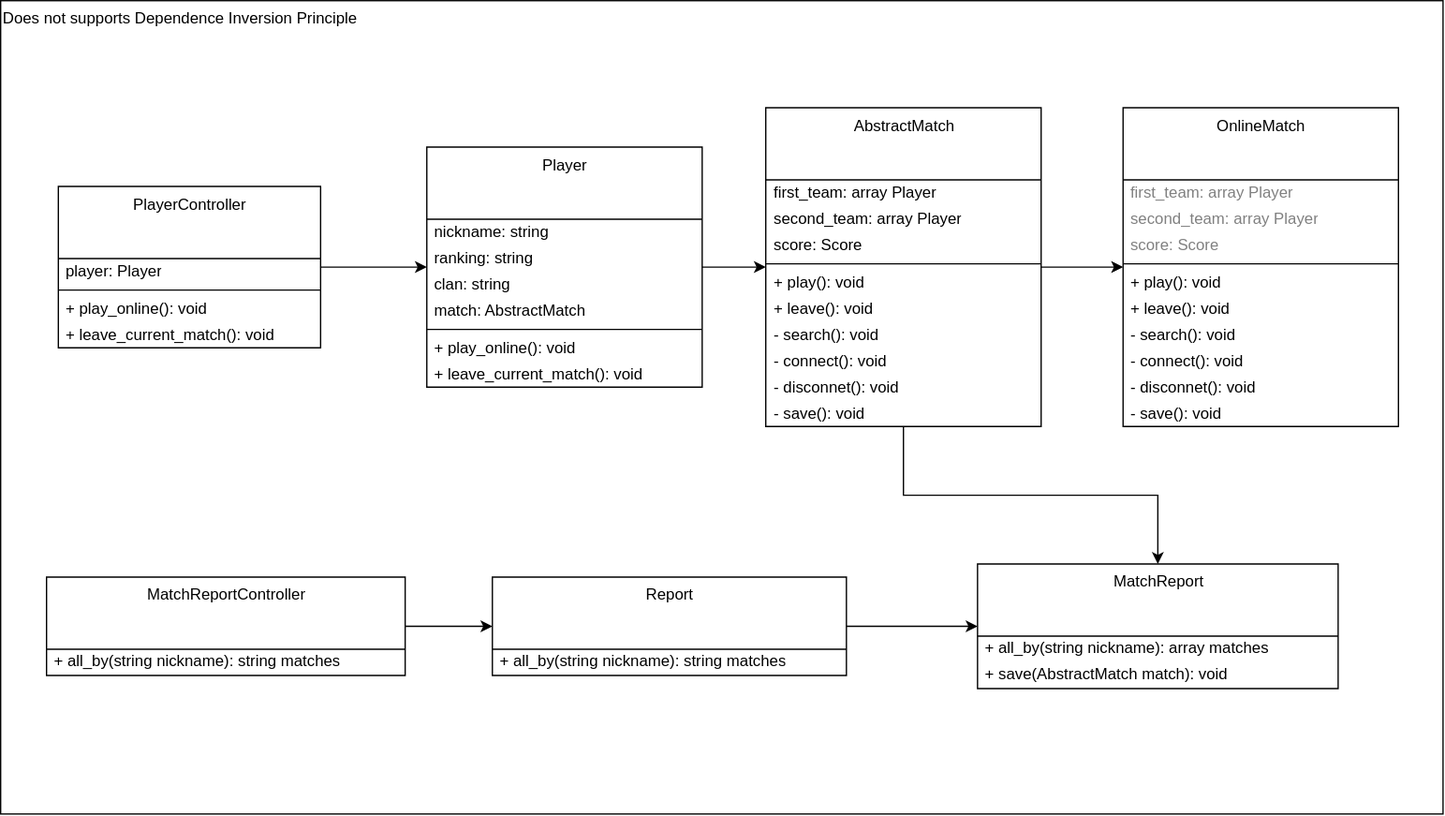
Above: images/clean-code-clean-classes/BROKEN-DIP.svg in GabrielSlima/blog (draw.io), before the change. Source tidied: cells renumbered, new cells last; positions are measured from the earlier drawing's top-left corner, leaving out a move shared by most shapes. Its diagram source:
```xml
<mxGraphModel>
  <root>
    <mxCell id="0" />
    <mxCell id="1" parent="0" />
    <mxCell id="2" value="Does not supports Dependence Inversion Principle" style="rounded=0;whiteSpace=wrap;html=1;fillColor=none;align=left;verticalAlign=top;" parent="1" vertex="1">
      <mxGeometry width="1100" height="620" as="geometry" />
    </mxCell>
    <mxCell id="3" value="MatchReport" style="swimlane;fontStyle=0;align=center;verticalAlign=top;horizontal=1;startSize=55;html=1;fillColor=none;" parent="1" vertex="1">
      <mxGeometry x="745" y="429.4" width="275" height="95" as="geometry" />
    </mxCell>
    <mxCell id="4" value="+ all_by(string nickname): array matches" style="text;html=1;strokeColor=none;fillColor=none;align=left;verticalAlign=middle;spacingLeft=4;spacingRight=4;overflow=hidden;" parent="3" vertex="1">
      <mxGeometry y="55" width="275" height="20" as="geometry" />
    </mxCell>
    <mxCell id="5" value="+ save(AbstractMatch match): void" style="text;html=1;strokeColor=none;fillColor=none;align=left;verticalAlign=middle;spacingLeft=4;spacingRight=4;overflow=hidden;" parent="3" vertex="1">
      <mxGeometry y="75" width="275" height="20" as="geometry" />
    </mxCell>
    <mxCell id="6" style="edgeStyle=orthogonalEdgeStyle;rounded=0;jettySize=auto;html=1;" parent="1" edge="1" source="7" target="34">
      <mxGeometry relative="1" as="geometry" />
    </mxCell>
    <mxCell id="7" value="&lt;div&gt;Player&lt;/div&gt;" style="swimlane;fontStyle=0;align=center;verticalAlign=top;horizontal=1;startSize=55;html=1;fillColor=none;" parent="1" vertex="1">
      <mxGeometry x="325" y="111.6" width="210" height="183" as="geometry" />
    </mxCell>
    <mxCell id="8" value="nickname: string" style="text;html=1;strokeColor=none;fillColor=none;align=left;verticalAlign=middle;spacingLeft=4;spacingRight=4;overflow=hidden;" parent="7" vertex="1">
      <mxGeometry y="55" width="210" height="20" as="geometry" />
    </mxCell>
    <mxCell id="9" value="&lt;div&gt;ranking: string&lt;br&gt;&lt;/div&gt;" style="text;html=1;strokeColor=none;fillColor=none;align=left;verticalAlign=middle;spacingLeft=4;spacingRight=4;overflow=hidden;" parent="7" vertex="1">
      <mxGeometry y="75" width="210" height="20" as="geometry" />
    </mxCell>
    <mxCell id="10" value="&lt;div&gt;clan: string&lt;br&gt;&lt;/div&gt;" style="text;html=1;strokeColor=none;fillColor=none;align=left;verticalAlign=middle;spacingLeft=4;spacingRight=4;overflow=hidden;" parent="7" vertex="1">
      <mxGeometry y="95" width="210" height="20" as="geometry" />
    </mxCell>
    <mxCell id="11" value="&lt;div&gt;match: AbstractMatch&lt;br&gt;&lt;/div&gt;" style="text;html=1;strokeColor=none;fillColor=none;align=left;verticalAlign=middle;spacingLeft=4;spacingRight=4;overflow=hidden;" parent="7" vertex="1">
      <mxGeometry y="115" width="210" height="20" as="geometry" />
    </mxCell>
    <mxCell id="12" style="line;strokeWidth=1;fillColor=none;align=left;verticalAlign=middle;spacingTop=-1;spacingLeft=3;spacingRight=3;labelPosition=right;" parent="7" vertex="1">
      <mxGeometry y="135" width="210" height="8" as="geometry" />
    </mxCell>
    <mxCell id="13" value="+ play_online(): void" style="text;html=1;strokeColor=none;fillColor=none;align=left;verticalAlign=middle;spacingLeft=4;spacingRight=4;overflow=hidden;" parent="7" vertex="1">
      <mxGeometry y="143" width="210" height="20" as="geometry" />
    </mxCell>
    <mxCell id="14" value="+ leave_current_match(): void" style="text;html=1;strokeColor=none;fillColor=none;align=left;verticalAlign=middle;spacingLeft=4;spacingRight=4;overflow=hidden;" parent="7" vertex="1">
      <mxGeometry y="163" width="210" height="20" as="geometry" />
    </mxCell>
    <mxCell id="15" style="edgeStyle=orthogonalEdgeStyle;rounded=0;jettySize=auto;html=1;" parent="1" edge="1" source="16" target="7">
      <mxGeometry relative="1" as="geometry" />
    </mxCell>
    <mxCell id="16" value="PlayerController" style="swimlane;fontStyle=0;align=center;verticalAlign=top;horizontal=1;startSize=55;html=1;fillColor=none;" parent="1" vertex="1">
      <mxGeometry x="44" y="141.6" width="200" height="123" as="geometry" />
    </mxCell>
    <mxCell id="17" value="&lt;div&gt;player: Player&lt;/div&gt;" style="text;html=1;strokeColor=none;fillColor=none;align=left;verticalAlign=middle;spacingLeft=4;spacingRight=4;overflow=hidden;" parent="16" vertex="1">
      <mxGeometry y="55" width="200" height="20" as="geometry" />
    </mxCell>
    <mxCell id="18" style="line;strokeWidth=1;fillColor=none;align=left;verticalAlign=middle;spacingTop=-1;spacingLeft=3;spacingRight=3;labelPosition=right;" parent="16" vertex="1">
      <mxGeometry y="75" width="200" height="8" as="geometry" />
    </mxCell>
    <mxCell id="19" value="+ play_online(): void" style="text;html=1;strokeColor=none;fillColor=none;align=left;verticalAlign=middle;spacingLeft=4;spacingRight=4;overflow=hidden;" parent="16" vertex="1">
      <mxGeometry y="83" width="200" height="20" as="geometry" />
    </mxCell>
    <mxCell id="20" value="+ leave_current_match(): void" style="text;html=1;strokeColor=none;fillColor=none;align=left;verticalAlign=middle;spacingLeft=4;spacingRight=4;overflow=hidden;" parent="16" vertex="1">
      <mxGeometry y="103" width="200" height="20" as="geometry" />
    </mxCell>
    <mxCell id="21" value="OnlineMatch" style="swimlane;fontStyle=0;align=center;verticalAlign=top;horizontal=1;startSize=55;html=1;fillColor=none;" parent="1" vertex="1">
      <mxGeometry x="856" y="81.6" width="210" height="243" as="geometry" />
    </mxCell>
    <mxCell id="22" value="first_team: array Player" style="text;html=1;strokeColor=none;fillColor=none;align=left;verticalAlign=middle;spacingLeft=4;spacingRight=4;overflow=hidden;fontColor=#808080;" parent="21" vertex="1">
      <mxGeometry y="55" width="210" height="20" as="geometry" />
    </mxCell>
    <mxCell id="23" value="second_team: array Player" style="text;html=1;strokeColor=none;fillColor=none;align=left;verticalAlign=middle;spacingLeft=4;spacingRight=4;overflow=hidden;fontColor=#808080;" parent="21" vertex="1">
      <mxGeometry y="75" width="210" height="20" as="geometry" />
    </mxCell>
    <mxCell id="24" value="score: Score" style="text;html=1;strokeColor=none;fillColor=none;align=left;verticalAlign=middle;spacingLeft=4;spacingRight=4;overflow=hidden;fontColor=#808080;" parent="21" vertex="1">
      <mxGeometry y="95" width="210" height="20" as="geometry" />
    </mxCell>
    <mxCell id="25" style="line;strokeWidth=1;fillColor=none;align=left;verticalAlign=middle;spacingTop=-1;spacingLeft=3;spacingRight=3;labelPosition=right;" parent="21" vertex="1">
      <mxGeometry y="115" width="210" height="8" as="geometry" />
    </mxCell>
    <mxCell id="26" value="+ play(): void" style="text;html=1;strokeColor=none;fillColor=none;align=left;verticalAlign=middle;spacingLeft=4;spacingRight=4;overflow=hidden;" parent="21" vertex="1">
      <mxGeometry y="123" width="210" height="20" as="geometry" />
    </mxCell>
    <mxCell id="27" value="+ leave(): void" style="text;html=1;strokeColor=none;fillColor=none;align=left;verticalAlign=middle;spacingLeft=4;spacingRight=4;overflow=hidden;" parent="21" vertex="1">
      <mxGeometry y="143" width="210" height="20" as="geometry" />
    </mxCell>
    <mxCell id="28" value="- search(): void" style="text;html=1;strokeColor=none;fillColor=none;align=left;verticalAlign=middle;spacingLeft=4;spacingRight=4;overflow=hidden;" parent="21" vertex="1">
      <mxGeometry y="163" width="210" height="20" as="geometry" />
    </mxCell>
    <mxCell id="29" value="- connect(): void" style="text;html=1;strokeColor=none;fillColor=none;align=left;verticalAlign=middle;spacingLeft=4;spacingRight=4;overflow=hidden;" parent="21" vertex="1">
      <mxGeometry y="183" width="210" height="20" as="geometry" />
    </mxCell>
    <mxCell id="30" value="- disconnet(): void" style="text;html=1;strokeColor=none;fillColor=none;align=left;verticalAlign=middle;spacingLeft=4;spacingRight=4;overflow=hidden;" parent="21" vertex="1">
      <mxGeometry y="203" width="210" height="20" as="geometry" />
    </mxCell>
    <mxCell id="31" value="- save(): void" style="text;html=1;strokeColor=none;fillColor=none;align=left;verticalAlign=middle;spacingLeft=4;spacingRight=4;overflow=hidden;" parent="21" vertex="1">
      <mxGeometry y="223" width="210" height="20" as="geometry" />
    </mxCell>
    <mxCell id="32" style="edgeStyle=orthogonalEdgeStyle;rounded=0;jettySize=auto;html=1;" parent="1" edge="1" source="34" target="21">
      <mxGeometry relative="1" as="geometry" />
    </mxCell>
    <mxCell id="33" style="edgeStyle=orthogonalEdgeStyle;rounded=0;jettySize=auto;html=1;fontColor=#808080;" parent="1" edge="1" source="34" target="3">
      <mxGeometry relative="1" as="geometry" />
    </mxCell>
    <mxCell id="34" value="AbstractMatch" style="swimlane;fontStyle=0;align=center;verticalAlign=top;horizontal=1;startSize=55;html=1;fillColor=none;" parent="1" vertex="1">
      <mxGeometry x="583.5" y="81.6" width="210" height="243" as="geometry" />
    </mxCell>
    <mxCell id="35" value="first_team: array Player" style="text;html=1;strokeColor=none;fillColor=none;align=left;verticalAlign=middle;spacingLeft=4;spacingRight=4;overflow=hidden;" parent="34" vertex="1">
      <mxGeometry y="55" width="210" height="20" as="geometry" />
    </mxCell>
    <mxCell id="36" value="second_team: array Player" style="text;html=1;strokeColor=none;fillColor=none;align=left;verticalAlign=middle;spacingLeft=4;spacingRight=4;overflow=hidden;" parent="34" vertex="1">
      <mxGeometry y="75" width="210" height="20" as="geometry" />
    </mxCell>
    <mxCell id="37" value="score: Score" style="text;html=1;strokeColor=none;fillColor=none;align=left;verticalAlign=middle;spacingLeft=4;spacingRight=4;overflow=hidden;" parent="34" vertex="1">
      <mxGeometry y="95" width="210" height="20" as="geometry" />
    </mxCell>
    <mxCell id="38" style="line;strokeWidth=1;fillColor=none;align=left;verticalAlign=middle;spacingTop=-1;spacingLeft=3;spacingRight=3;labelPosition=right;" parent="34" vertex="1">
      <mxGeometry y="115" width="210" height="8" as="geometry" />
    </mxCell>
    <mxCell id="39" value="+ play(): void" style="text;html=1;strokeColor=none;fillColor=none;align=left;verticalAlign=middle;spacingLeft=4;spacingRight=4;overflow=hidden;" parent="34" vertex="1">
      <mxGeometry y="123" width="210" height="20" as="geometry" />
    </mxCell>
    <mxCell id="40" value="+ leave(): void" style="text;html=1;strokeColor=none;fillColor=none;align=left;verticalAlign=middle;spacingLeft=4;spacingRight=4;overflow=hidden;" parent="34" vertex="1">
      <mxGeometry y="143" width="210" height="20" as="geometry" />
    </mxCell>
    <mxCell id="41" value="- search(): void" style="text;html=1;strokeColor=none;fillColor=none;align=left;verticalAlign=middle;spacingLeft=4;spacingRight=4;overflow=hidden;" parent="34" vertex="1">
      <mxGeometry y="163" width="210" height="20" as="geometry" />
    </mxCell>
    <mxCell id="42" value="- connect(): void" style="text;html=1;strokeColor=none;fillColor=none;align=left;verticalAlign=middle;spacingLeft=4;spacingRight=4;overflow=hidden;" parent="34" vertex="1">
      <mxGeometry y="183" width="210" height="20" as="geometry" />
    </mxCell>
    <mxCell id="43" value="- disconnet(): void" style="text;html=1;strokeColor=none;fillColor=none;align=left;verticalAlign=middle;spacingLeft=4;spacingRight=4;overflow=hidden;" parent="34" vertex="1">
      <mxGeometry y="203" width="210" height="20" as="geometry" />
    </mxCell>
    <mxCell id="44" value="- save(): void" style="text;html=1;strokeColor=none;fillColor=none;align=left;verticalAlign=middle;spacingLeft=4;spacingRight=4;overflow=hidden;" parent="34" vertex="1">
      <mxGeometry y="223" width="210" height="20" as="geometry" />
    </mxCell>
    <mxCell id="45" style="edgeStyle=orthogonalEdgeStyle;rounded=0;jettySize=auto;html=1;entryX=0;entryY=0.5;entryDx=0;entryDy=0;fontColor=#808080;" parent="1" edge="1" source="46" target="49">
      <mxGeometry relative="1" as="geometry" />
    </mxCell>
    <mxCell id="46" value="MatchReportController" style="swimlane;fontStyle=0;align=center;verticalAlign=top;horizontal=1;startSize=55;html=1;fillColor=none;" parent="1" vertex="1">
      <mxGeometry x="35" y="439.4" width="273.5" height="75" as="geometry" />
    </mxCell>
    <mxCell id="47" value="+ all_by(string nickname): string matches" style="text;html=1;strokeColor=none;fillColor=none;align=left;verticalAlign=middle;spacingLeft=4;spacingRight=4;overflow=hidden;" parent="46" vertex="1">
      <mxGeometry y="55" width="273.5" height="20" as="geometry" />
    </mxCell>
    <mxCell id="48" style="edgeStyle=orthogonalEdgeStyle;rounded=0;jettySize=auto;html=1;fontColor=#808080;" parent="1" edge="1" source="49" target="3">
      <mxGeometry relative="1" as="geometry" />
    </mxCell>
    <mxCell id="49" value="Report" style="swimlane;fontStyle=0;align=center;verticalAlign=top;horizontal=1;startSize=55;html=1;fillColor=none;" parent="1" vertex="1">
      <mxGeometry x="375" y="439.4" width="270" height="75" as="geometry" />
    </mxCell>
    <mxCell id="50" value="+ all_by(string nickname): string matches" style="text;html=1;strokeColor=none;fillColor=none;align=left;verticalAlign=middle;spacingLeft=4;spacingRight=4;overflow=hidden;" parent="49" vertex="1">
      <mxGeometry y="55" width="270" height="20" as="geometry" />
    </mxCell>
  </root>
</mxGraphModel>
```
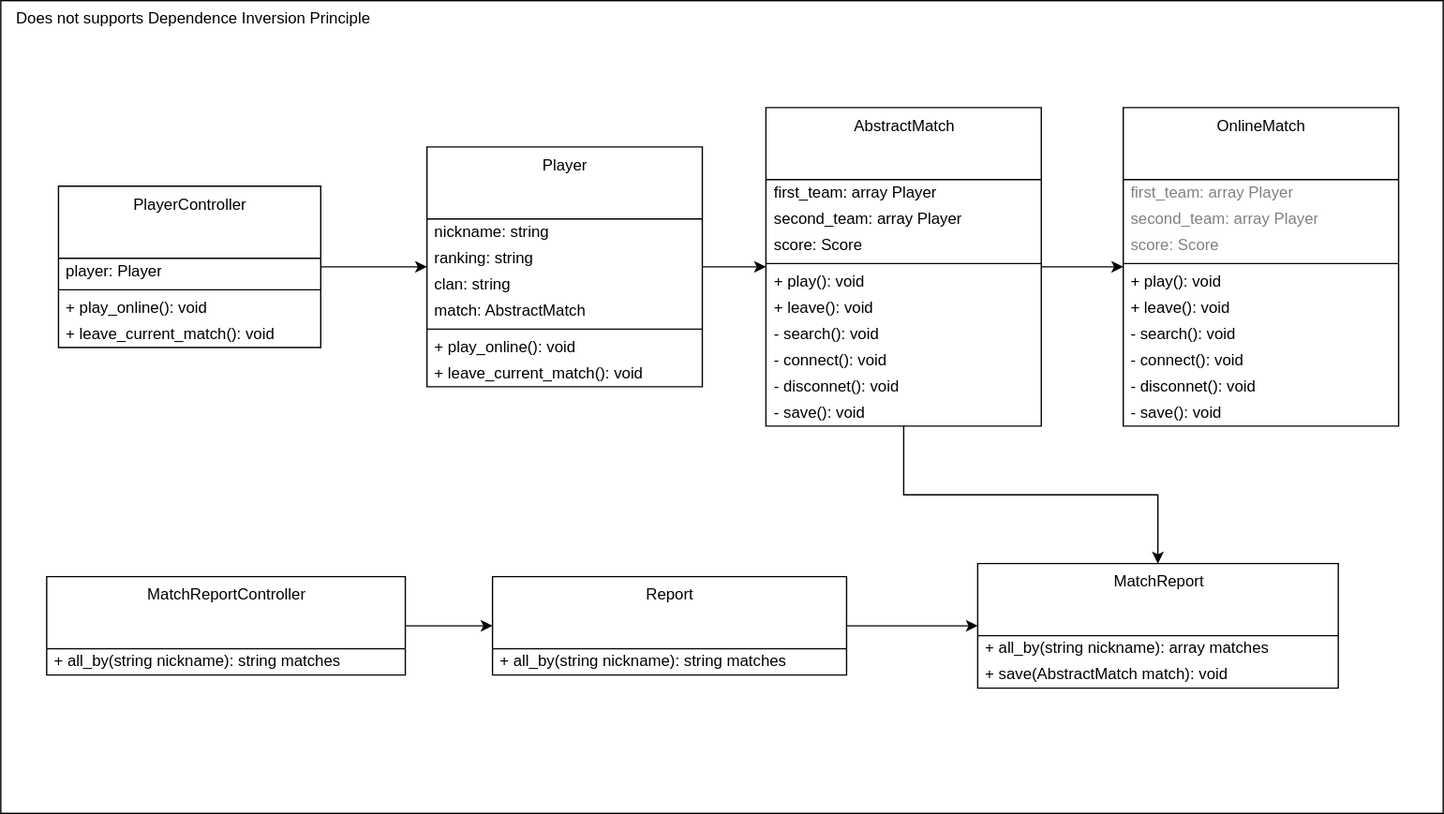
After the change.

Diff of the diagram source:
```diff
@@ -2,7 +2,7 @@
   <root>
     <mxCell id="0" />
     <mxCell id="1" parent="0" />
-    <mxCell id="2" value="Does not supports Dependence Inversion Principle" style="rounded=0;whiteSpace=wrap;html=1;fillColor=none;align=left;verticalAlign=top;" parent="1" vertex="1">
+    <mxCell id="2" value="Does not supports Dependence Inversion Principle" style="rounded=0;whiteSpace=wrap;html=1;fillColor=none;align=left;verticalAlign=top;spacingLeft=10;" parent="1" vertex="1">
       <mxGeometry width="1100" height="620" as="geometry" />
     </mxCell>
     <mxCell id="3" value="MatchReport" style="swimlane;fontStyle=0;align=center;verticalAlign=top;horizontal=1;startSize=55;html=1;fillColor=none;" parent="1" vertex="1">
```
